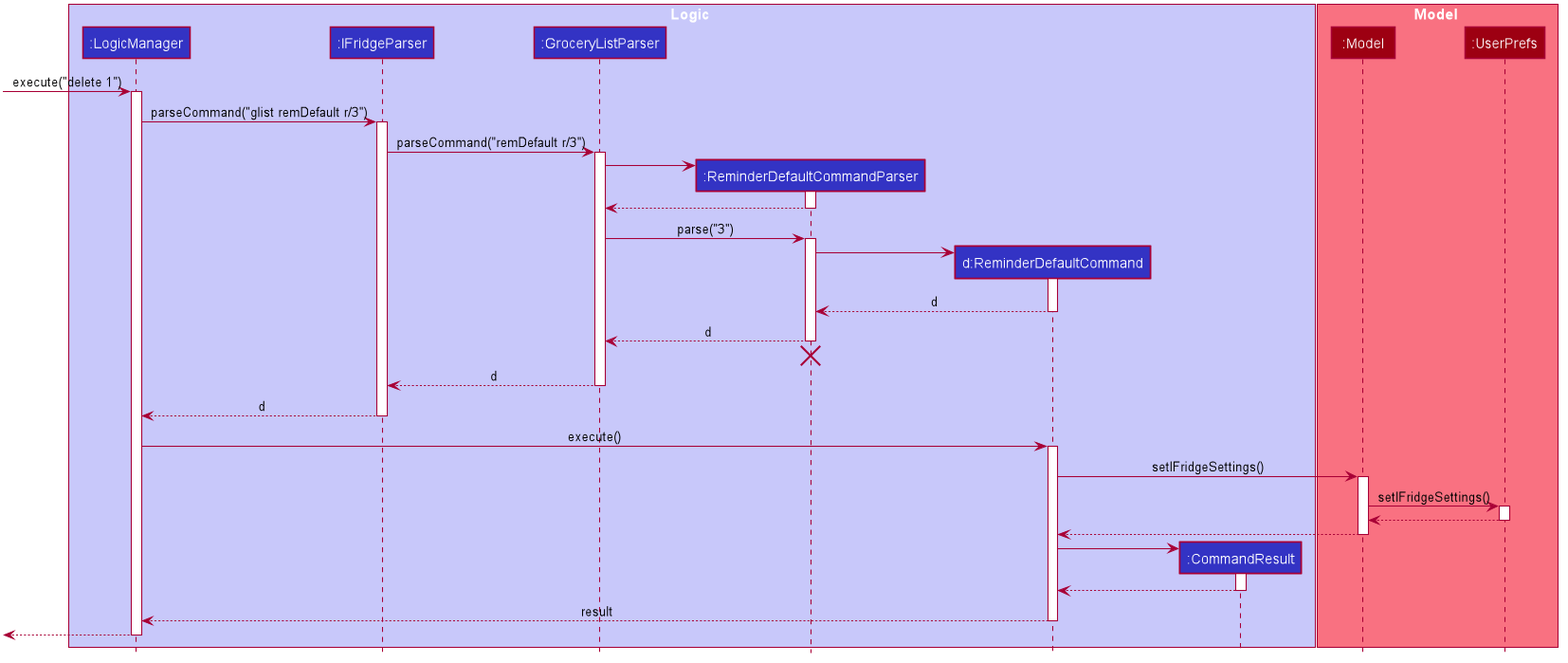
Above: images/RemDefault.png in AY1920S1-CS2103-F10-2/main (PlantUML), before the change.
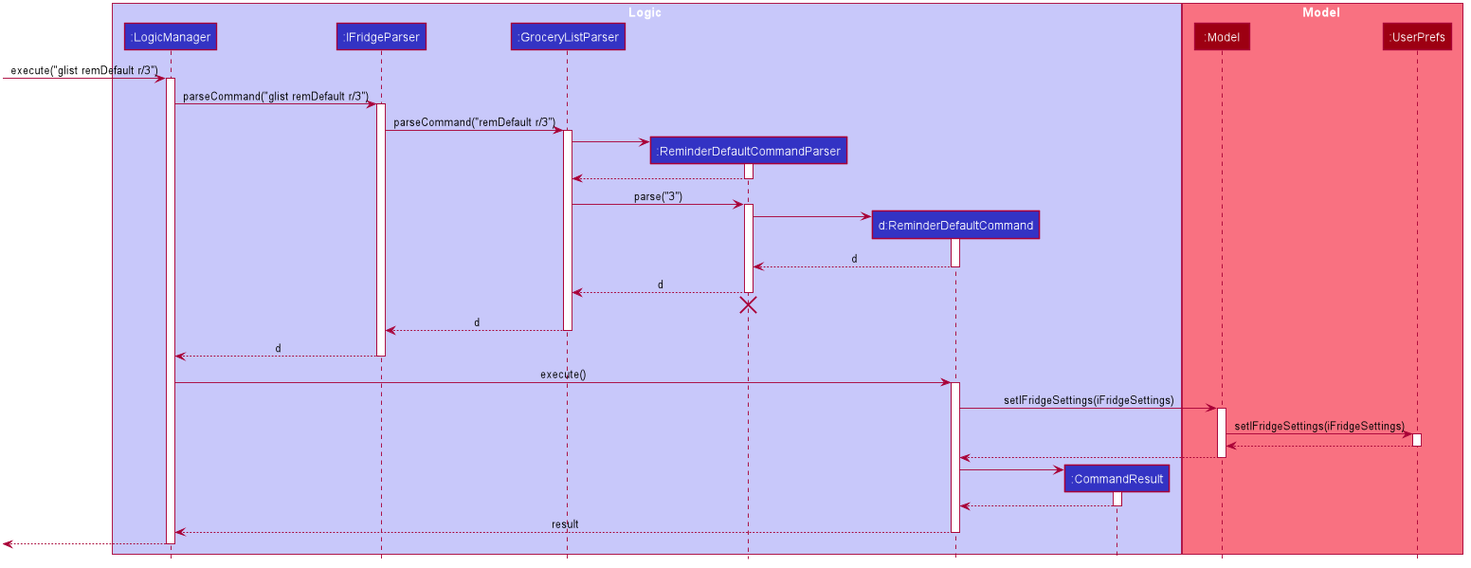
After the commit.

Change to the diagram source:
```diff
@@ -62,7 +62,7 @@
 participant ":UserPrefs" as UserPrefs #9D0012
 end box
 
-[-> LogicManager : execute("delete 1")
+[-> LogicManager : execute("glist remDefault r/3")
 activate LogicManager
 
 LogicManager -> IFridgeParser : parseCommand("glist remDefault r/3")
@@ -102,10 +102,10 @@
 LogicManager -> ReminderDefaultCommand : execute()
 activate ReminderDefaultCommand
 
-ReminderDefaultCommand -> Model : setIFridgeSettings()
+ReminderDefaultCommand -> Model : setIFridgeSettings(iFridgeSettings)
 activate Model
 
-Model -> UserPrefs : setIFridgeSettings()
+Model -> UserPrefs : setIFridgeSettings(iFridgeSettings)
 activate UserPrefs
 
 UserPrefs --> Model
```
